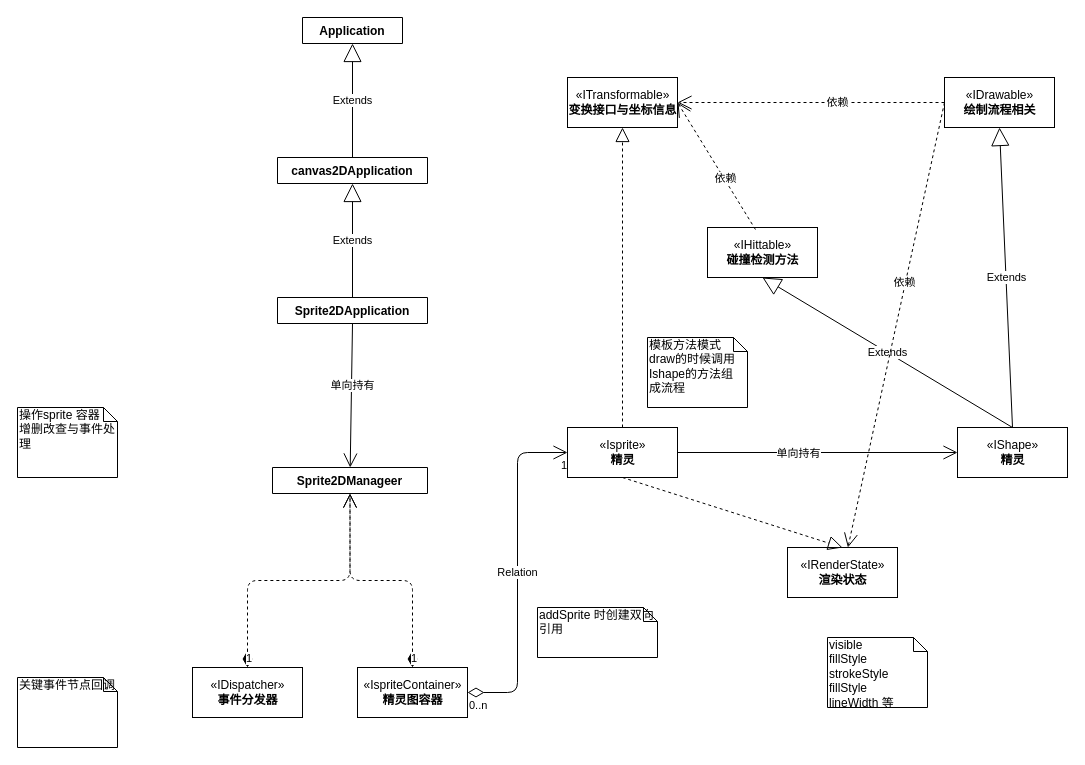
The draw.io diagram Typescript-Canvas.drawio in YanZiSen/Typescript-canvas, before the edit. Source tidied: cells renumbered, new cells numbered last; positions are measured from the earlier drawing's top-left corner, leaving out a move shared by most shapes. Both pictures are drawn from the tidied source at 100%, with x=0, y=0 at pixel (17, 17).
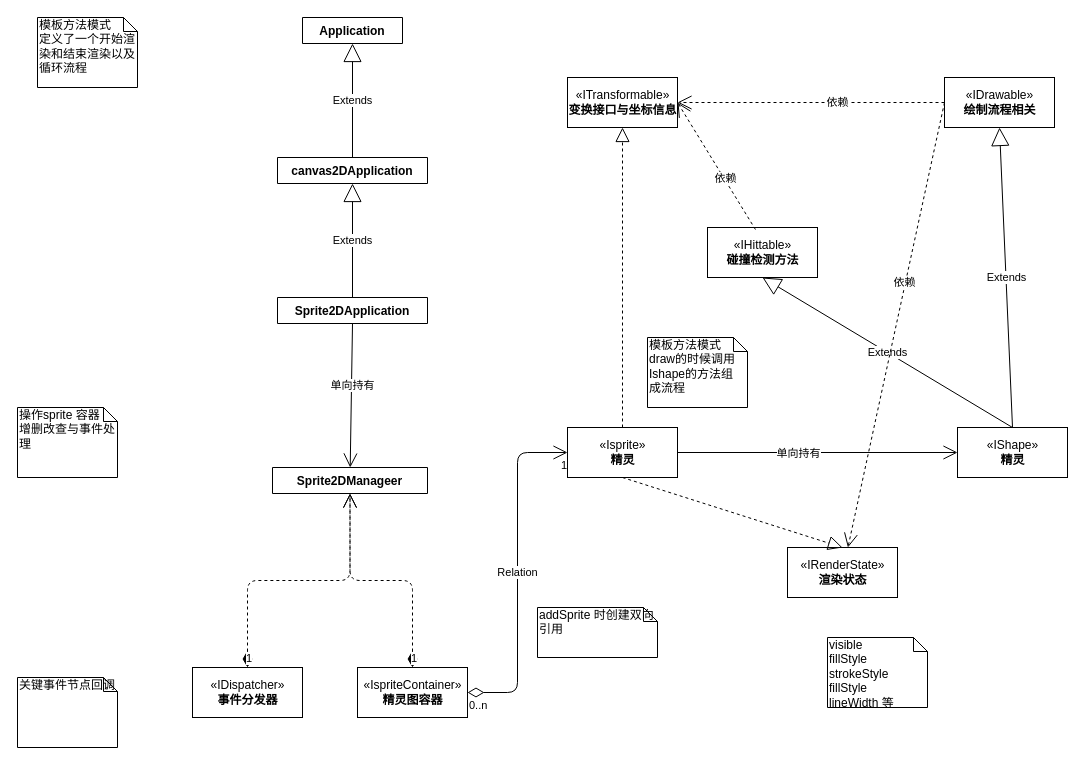
Above is the later version.

What changed in the source:
```diff
@@
+    <mxCell id="40" value="模板方法模式&lt;br&gt;定义了一个开始渲染和结束渲染以及循环流程" style="shape=note;whiteSpace=wrap;html=1;size=14;verticalAlign=top;align=left;spacingTop=-6;" parent="1" vertex="1">
+      <mxGeometry x="20" width="100" height="70" as="geometry" />
+    </mxCell>
```
